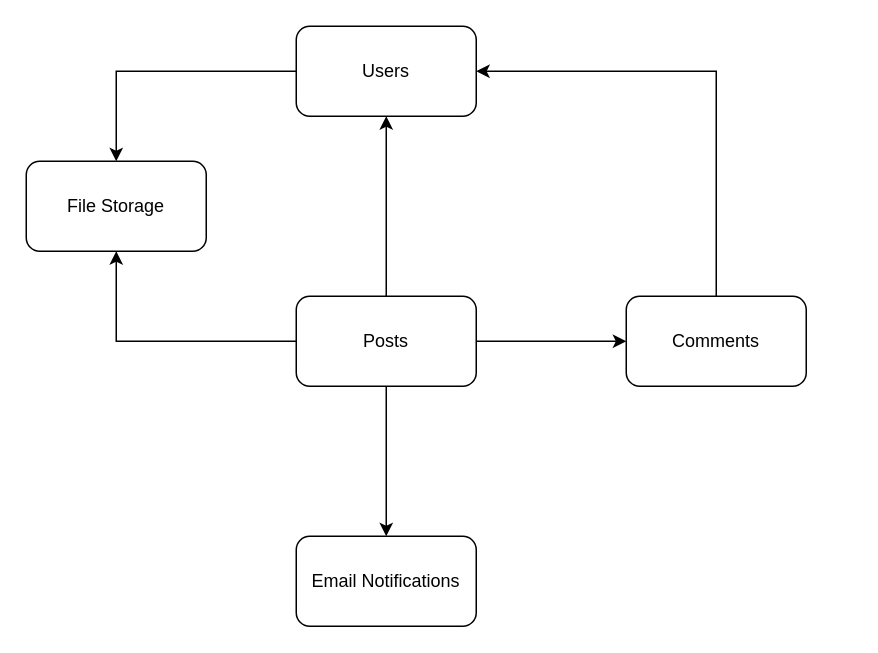
Earlier version of the draw.io diagram specification.drawio (ilya-cherepanov/readme). Source tidied: cells renumbered, new cells numbered last; positions are measured from the earlier drawing's top-left corner, leaving out a move shared by most shapes. Both pictures are drawn from the tidied source at 150%, with x=0, y=0 at pixel (26, 26).
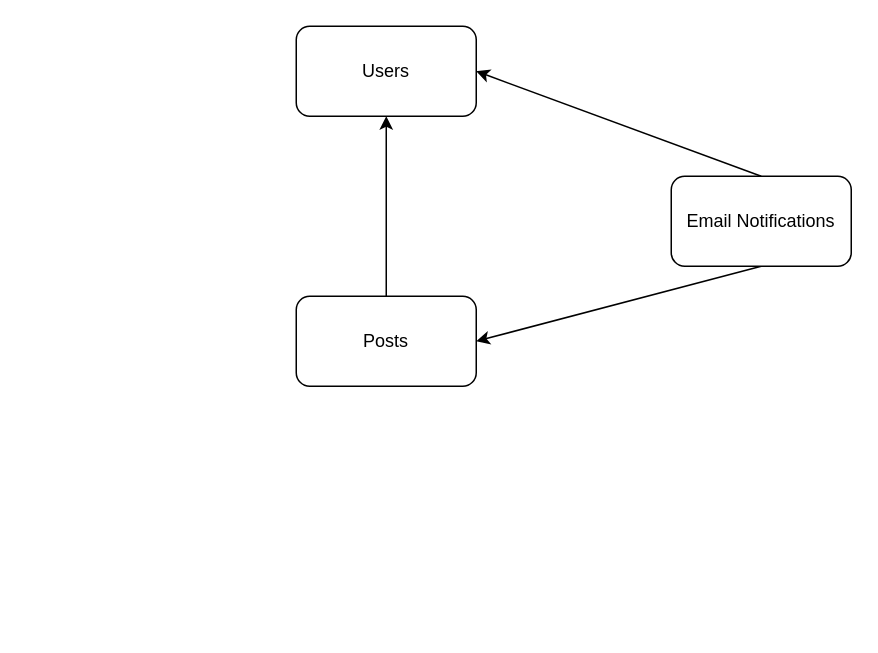
After the change.

The edit, as a diff of the source:
```diff
@@
 <mxGraphModel>
   <root>
     <mxCell id="0" />
     <mxCell id="1" parent="0" />
-    <mxCell id="2" style="edgeStyle=orthogonalEdgeStyle;rounded=0;jettySize=auto;html=1;exitX=1;exitY=0.5;exitDx=0;exitDy=0;" parent="1" edge="1" source="6" target="11">
-      <mxGeometry relative="1" as="geometry" />
-    </mxCell>
     <mxCell id="3" style="edgeStyle=orthogonalEdgeStyle;rounded=0;jettySize=auto;html=1;exitX=0.5;exitY=0;exitDx=0;exitDy=0;entryX=0.5;entryY=1;entryDx=0;entryDy=0;" parent="1" edge="1" source="6" target="8">
       <mxGeometry relative="1" as="geometry" />
     </mxCell>
-    <mxCell id="4" style="edgeStyle=orthogonalEdgeStyle;rounded=0;jettySize=auto;html=1;exitX=0;exitY=0.5;exitDx=0;exitDy=0;entryX=0.5;entryY=1;entryDx=0;entryDy=0;" parent="1" edge="1" source="6" target="9">
-      <mxGeometry relative="1" as="geometry" />
-    </mxCell>
-    <mxCell id="5" style="edgeStyle=orthogonalEdgeStyle;rounded=0;jettySize=auto;html=1;exitX=0.5;exitY=1;exitDx=0;exitDy=0;entryX=0.5;entryY=0;entryDx=0;entryDy=0;" parent="1" edge="1" source="6" target="12">
-      <mxGeometry relative="1" as="geometry" />
-    </mxCell>
     <mxCell id="6" value="Posts&lt;br&gt;" style="rounded=1;whiteSpace=wrap;html=1;" parent="1" vertex="1">
       <mxGeometry x="180" y="180" width="120" height="60" as="geometry" />
     </mxCell>
-    <mxCell id="7" style="edgeStyle=orthogonalEdgeStyle;rounded=0;jettySize=auto;html=1;exitX=0;exitY=0.5;exitDx=0;exitDy=0;entryX=0.5;entryY=0;entryDx=0;entryDy=0;" parent="1" edge="1" source="8" target="9">
-      <mxGeometry relative="1" as="geometry" />
-    </mxCell>
     <mxCell id="8" value="Users&lt;br&gt;" style="rounded=1;whiteSpace=wrap;html=1;" parent="1" vertex="1">
       <mxGeometry x="180" width="120" height="60" as="geometry" />
     </mxCell>
-    <mxCell id="9" value="File Storage" style="rounded=1;whiteSpace=wrap;html=1;" parent="1" vertex="1">
-      <mxGeometry y="90" width="120" height="60" as="geometry" />
-    </mxCell>
-    <mxCell id="10" style="edgeStyle=orthogonalEdgeStyle;rounded=0;jettySize=auto;html=1;exitX=0.5;exitY=0;exitDx=0;exitDy=0;entryX=1;entryY=0.5;entryDx=0;entryDy=0;" parent="1" edge="1" source="11" target="8">
-      <mxGeometry relative="1" as="geometry" />
-    </mxCell>
-    <mxCell id="11" value="Comments" style="rounded=1;whiteSpace=wrap;html=1;" parent="1" vertex="1">
-      <mxGeometry x="400" y="180" width="120" height="60" as="geometry" />
-    </mxCell>
+    <mxCell id="13" style="edgeStyle=none;html=1;exitX=0.5;exitY=0;exitDx=0;exitDy=0;entryX=1;entryY=0.5;entryDx=0;entryDy=0;" parent="1" edge="1" source="12" target="8">
+      <mxGeometry relative="1" as="geometry" />
+    </mxCell>
+    <mxCell id="14" style="edgeStyle=none;html=1;exitX=0.5;exitY=1;exitDx=0;exitDy=0;entryX=1;entryY=0.5;entryDx=0;entryDy=0;" parent="1" edge="1" source="12" target="6">
+      <mxGeometry relative="1" as="geometry" />
+    </mxCell>
     <mxCell id="12" value="Email Notifications" style="rounded=1;whiteSpace=wrap;html=1;" parent="1" vertex="1">
-      <mxGeometry x="180" y="340" width="120" height="60" as="geometry" />
+      <mxGeometry x="430" y="100" width="120" height="60" as="geometry" />
     </mxCell>
   </root>
 </mxGraphModel>
```
